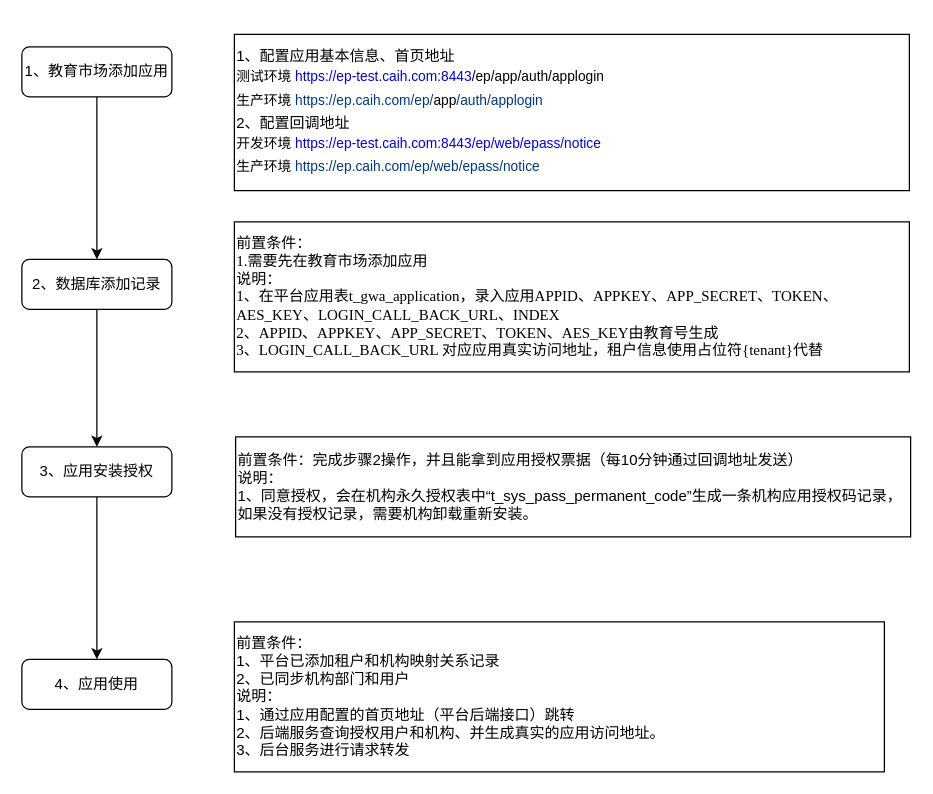
Above: 应用间跳转.drawio in liangdengming/diagrams (draw.io), before the change. Source tidied: cells renumbered, new cells numbered last; positions are measured from the earlier drawing's top-left corner, leaving out a move shared by most shapes. Both pictures are drawn from the tidied source at 125%, with x=0, y=0 at pixel (21, 34).
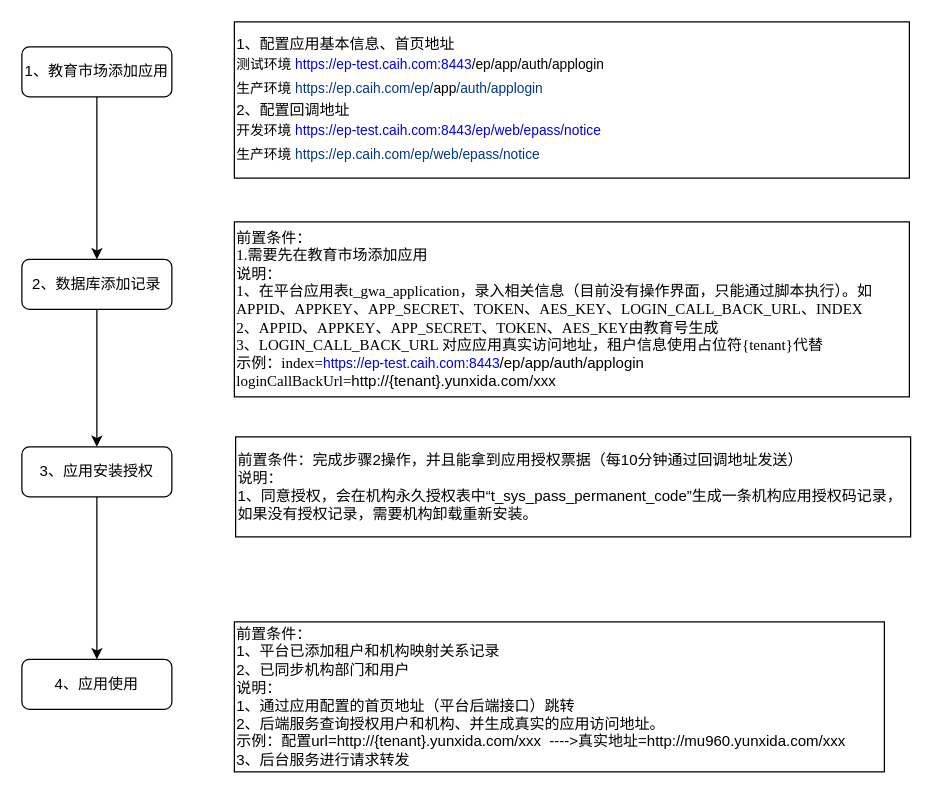
Above is the later version.

Commit message (it also covers changes not shown here):
更新应用间跳转.drawio

The edit, as a diff of the source:
```diff
@@
 <mxGraphModel>
   <root>
     <mxCell id="0" />
     <mxCell id="1" parent="0" />
     <mxCell id="2" style="edgeStyle=orthogonalEdgeStyle;rounded=0;jettySize=auto;html=1;" parent="1" edge="1" source="3" target="5">
       <mxGeometry relative="1" as="geometry" />
     </mxCell>
     <mxCell id="3" value="1、教育市场添加应用" style="rounded=1;whiteSpace=wrap;html=1;fontSize=12;glass=0;strokeWidth=1;shadow=0;" parent="1" vertex="1">
       <mxGeometry y="10" width="120" height="40" as="geometry" />
     </mxCell>
     <mxCell id="4" style="edgeStyle=orthogonalEdgeStyle;rounded=0;jettySize=auto;html=1;entryX=0.5;entryY=0;entryDx=0;entryDy=0;" parent="1" edge="1" source="5" target="7">
       <mxGeometry relative="1" as="geometry" />
     </mxCell>
     <mxCell id="5" value="2、数据库添加记录" style="rounded=1;whiteSpace=wrap;html=1;fontSize=12;glass=0;strokeWidth=1;shadow=0;" parent="1" vertex="1">
       <mxGeometry y="180" width="120" height="40" as="geometry" />
     </mxCell>
     <mxCell id="6" style="edgeStyle=orthogonalEdgeStyle;rounded=0;jettySize=auto;html=1;" parent="1" edge="1" source="7" target="8">
       <mxGeometry relative="1" as="geometry" />
     </mxCell>
     <mxCell id="7" value="3、应用安装授权" style="rounded=1;whiteSpace=wrap;html=1;fontSize=12;glass=0;strokeWidth=1;shadow=0;" parent="1" vertex="1">
       <mxGeometry y="330" width="120" height="40" as="geometry" />
     </mxCell>
     <mxCell id="8" value="4、应用使用" style="rounded=1;whiteSpace=wrap;html=1;fontSize=12;glass=0;strokeWidth=1;shadow=0;" parent="1" vertex="1">
       <mxGeometry y="500" width="120" height="40" as="geometry" />
     </mxCell>
     <mxCell id="9" value="1、配置应用基本信息、首页地址&lt;br&gt;&lt;article style=&quot;font-size: 11px;&quot; data-content=&quot;[{&amp;quot;type&amp;quot;:&amp;quot;block&amp;quot;,&amp;quot;id&amp;quot;:&amp;quot;2Ufp-1679367261097&amp;quot;,&amp;quot;name&amp;quot;:&amp;quot;paragraph&amp;quot;,&amp;quot;data&amp;quot;:{&amp;quot;version&amp;quot;:1},&amp;quot;nodes&amp;quot;:[{&amp;quot;type&amp;quot;:&amp;quot;text&amp;quot;,&amp;quot;id&amp;quot;:&amp;quot;61CM-1679367261098&amp;quot;,&amp;quot;leaves&amp;quot;:[{&amp;quot;text&amp;quot;:&amp;quot;//1-开发环境&amp;nbsp;&amp;quot;,&amp;quot;marks&amp;quot;:[]}]},{&amp;quot;type&amp;quot;:&amp;quot;inline&amp;quot;,&amp;quot;id&amp;quot;:&amp;quot;v21H-1679367261108&amp;quot;,&amp;quot;name&amp;quot;:&amp;quot;link&amp;quot;,&amp;quot;data&amp;quot;:{&amp;quot;href&amp;quot;:&amp;quot;https://ep-test.caih.com:8443/ep/app/applogin&amp;quot;},&amp;quot;nodes&amp;quot;:[{&amp;quot;type&amp;quot;:&amp;quot;text&amp;quot;,&amp;quot;id&amp;quot;:&amp;quot;mA8g-1679367261107&amp;quot;,&amp;quot;leaves&amp;quot;:[{&amp;quot;text&amp;quot;:&amp;quot;https://ep-test.caih.com:8443&amp;quot;,&amp;quot;marks&amp;quot;:[]}]}]},{&amp;quot;type&amp;quot;:&amp;quot;text&amp;quot;,&amp;quot;id&amp;quot;:&amp;quot;5p2v-1679367261109&amp;quot;,&amp;quot;leaves&amp;quot;:[{&amp;quot;text&amp;quot;:&amp;quot;/ep/app/auth/applogin&amp;quot;,&amp;quot;marks&amp;quot;:[]}]}],&amp;quot;state&amp;quot;:{}},{&amp;quot;type&amp;quot;:&amp;quot;block&amp;quot;,&amp;quot;id&amp;quot;:&amp;quot;1j2B-1679367261101&amp;quot;,&amp;quot;name&amp;quot;:&amp;quot;paragraph&amp;quot;,&amp;quot;data&amp;quot;:{&amp;quot;version&amp;quot;:1},&amp;quot;nodes&amp;quot;:[{&amp;quot;type&amp;quot;:&amp;quot;text&amp;quot;,&amp;quot;id&amp;quot;:&amp;quot;AqFT-1679367261102&amp;quot;,&amp;quot;leaves&amp;quot;:[{&amp;quot;text&amp;quot;:&amp;quot;//2-生产环境&amp;nbsp;&amp;quot;,&amp;quot;marks&amp;quot;:[]}]},{&amp;quot;type&amp;quot;:&amp;quot;inline&amp;quot;,&amp;quot;id&amp;quot;:&amp;quot;TZOr-1679367261112&amp;quot;,&amp;quot;name&amp;quot;:&amp;quot;link&amp;quot;,&amp;quot;data&amp;quot;:{&amp;quot;href&amp;quot;:&amp;quot;https://ep.caih.com//ep/app/applogin&amp;quot;},&amp;quot;nodes&amp;quot;:[{&amp;quot;type&amp;quot;:&amp;quot;text&amp;quot;,&amp;quot;id&amp;quot;:&amp;quot;o71M-1679367261111&amp;quot;,&amp;quot;leaves&amp;quot;:[{&amp;quot;text&amp;quot;:&amp;quot;https://ep.caih.com//ep/&amp;quot;,&amp;quot;marks&amp;quot;:[]}]}]},{&amp;quot;type&amp;quot;:&amp;quot;text&amp;quot;,&amp;quot;id&amp;quot;:&amp;quot;UZRS-1679367375498&amp;quot;,&amp;quot;leaves&amp;quot;:[{&amp;quot;text&amp;quot;:&amp;quot;app&amp;quot;,&amp;quot;marks&amp;quot;:[]}]},{&amp;quot;type&amp;quot;:&amp;quot;inline&amp;quot;,&amp;quot;id&amp;quot;:&amp;quot;cj1z-1679367375507&amp;quot;,&amp;quot;name&amp;quot;:&amp;quot;link&amp;quot;,&amp;quot;data&amp;quot;:{&amp;quot;href&amp;quot;:&amp;quot;https://ep-test.caih.com:8443/ep/app/applogin&amp;quot;},&amp;quot;nodes&amp;quot;:[{&amp;quot;type&amp;quot;:&amp;quot;text&amp;quot;,&amp;quot;id&amp;quot;:&amp;quot;zekt-1679367375508&amp;quot;,&amp;quot;leaves&amp;quot;:[{&amp;quot;text&amp;quot;:&amp;quot;/auth/applogin&amp;quot;,&amp;quot;marks&amp;quot;:[]}]}]},{&amp;quot;type&amp;quot;:&amp;quot;text&amp;quot;,&amp;quot;id&amp;quot;:&amp;quot;yVtv-1679367375509&amp;quot;,&amp;quot;leaves&amp;quot;:[{&amp;quot;text&amp;quot;:&amp;quot;&amp;quot;,&amp;quot;marks&amp;quot;:[]}]}],&amp;quot;state&amp;quot;:{}}]&quot;&gt;&lt;div style=&quot;line-height: 1.75; font-size: 11px;&quot;&gt;&lt;span style=&quot;&quot;&gt; &lt;/span&gt;测试环境 &lt;a style=&quot;text-decoration-line: none; font-size: 11px;&quot; href=&quot;https://ep-test.caih.com:8443/ep/app/applogin&quot;&gt;https://ep-test.caih.com:8443&lt;/a&gt;/ep/app/auth/applogin&lt;/div&gt;&lt;div style=&quot;line-height: 1.75; font-size: 11px;&quot;&gt;&lt;span style=&quot;&quot;&gt; &lt;/span&gt;生产环境 &lt;a style=&quot;text-decoration-line: none; font-size: 11px;&quot; href=&quot;https://ep.caih.com//ep/app/applogin&quot;&gt;&lt;span style=&quot;color: rgb(0, 56, 132); font-size: 11px;&quot;&gt;https://ep.caih.com/ep/&lt;/span&gt;&lt;/a&gt;app&lt;a style=&quot;text-decoration-line: none; font-size: 11px;&quot; href=&quot;https://ep-test.caih.com:8443/ep/app/applogin&quot;&gt;&lt;span style=&quot;color: rgb(0, 56, 132); font-size: 11px;&quot;&gt;/auth/applogin&lt;/span&gt;&lt;/a&gt;&lt;/div&gt;&lt;/article&gt;2、配置回调地址&lt;br&gt;&lt;div style=&quot;border-color: var(--border-color); font-size: 11px; line-height: 1.75;&quot;&gt;开发环境&amp;nbsp;&lt;a style=&quot;border-color: var(--border-color); text-decoration-line: none;&quot; href=&quot;https://ep-test.caih.com:8443/ep/app/applogin&quot;&gt;https://ep-test.caih.com:8443/ep/web/epass/notice&lt;/a&gt;&lt;/div&gt;&lt;div style=&quot;border-color: var(--border-color); font-size: 11px; line-height: 1.75;&quot;&gt; 生产环境&amp;nbsp;&lt;a style=&quot;border-color: var(--border-color); text-decoration-line: none;&quot; href=&quot;https://ep.caih.com//ep/app/applogin&quot;&gt;&lt;span style=&quot;border-color: var(--border-color); color: rgb(0, 56, 132);&quot;&gt;https://ep.caih.com/ep/web/epass/notice&lt;/span&gt;&lt;/a&gt;&lt;/div&gt;" style="whiteSpace=wrap;html=1;align=left;newEdgeStyle={&quot;edgeStyle&quot;:&quot;elbowEdgeStyle&quot;,&quot;startArrow&quot;:&quot;none&quot;,&quot;endArrow&quot;:&quot;none&quot;};" parent="1" vertex="1">
-      <mxGeometry x="170" width="540" height="125" as="geometry" />
+      <mxGeometry x="170" y="-10" width="540" height="125" as="geometry" />
     </mxCell>
-    <mxCell id="10" value="&lt;font face=&quot;Times New Roman&quot; style=&quot;font-size: 12px;&quot;&gt;前置条件：&lt;br&gt;1.需要先在教育市场添加应用&lt;br&gt;说明：&lt;br&gt;1、在平台应用表t_gwa_application，录入应用APPID、APPKEY、APP_SECRET、TOKEN、AES_KEY、LOGIN_CALL_BACK_URL、INDEX&lt;br&gt;2、APPID、APPKEY、APP_SECRET、TOKEN、AES_KEY由教育号生成&lt;br&gt;3、LOGIN_CALL_BACK_URL 对应应用真实访问地址，租户信息使用占位符{tenant}代替&lt;/font&gt;" style="whiteSpace=wrap;html=1;align=left;newEdgeStyle={&quot;edgeStyle&quot;:&quot;elbowEdgeStyle&quot;,&quot;startArrow&quot;:&quot;none&quot;,&quot;endArrow&quot;:&quot;none&quot;};" parent="1" vertex="1">
-      <mxGeometry x="170" y="150" width="540" height="120" as="geometry" />
+    <mxCell id="10" value="&lt;font face=&quot;Times New Roman&quot; style=&quot;font-size: 12px;&quot;&gt;前置条件：&lt;br&gt;1.需要先在教育市场添加应用&lt;br&gt;说明：&lt;br&gt;1、在平台应用表t_gwa_application，录入相关信息（目前没有操作界面，只能通过脚本执行）。如APPID、APPKEY、APP_SECRET、TOKEN、AES_KEY、LOGIN_CALL_BACK_URL、INDEX&lt;br&gt;2、APPID、APPKEY、APP_SECRET、TOKEN、AES_KEY由教育号生成&lt;br&gt;3、LOGIN_CALL_BACK_URL 对应应用真实访问地址，租户信息使用占位符{tenant}代替&lt;br&gt;示例：index=&lt;/font&gt;&lt;a style=&quot;border-color: var(--border-color); font-size: 11px; text-decoration-line: none;&quot; href=&quot;https://ep-test.caih.com:8443/ep/app/applogin&quot;&gt;https://ep-test.caih.com:8443&lt;/a&gt;/ep/app/auth/applogin&lt;font face=&quot;Times New Roman&quot; style=&quot;font-size: 12px;&quot;&gt;&lt;br&gt;loginCallBackUrl=&lt;/font&gt;http://{tenant}.yunxida.com/xxx&lt;font face=&quot;Times New Roman&quot; style=&quot;font-size: 12px;&quot;&gt;&lt;br&gt;&lt;/font&gt;" style="whiteSpace=wrap;html=1;align=left;newEdgeStyle={&quot;edgeStyle&quot;:&quot;elbowEdgeStyle&quot;,&quot;startArrow&quot;:&quot;none&quot;,&quot;endArrow&quot;:&quot;none&quot;};" parent="1" vertex="1">
+      <mxGeometry x="170" y="150" width="540" height="140" as="geometry" />
     </mxCell>
     <mxCell id="11" value="前置条件：完成步骤2操作，并且能拿到应用授权票据（每10分钟通过回调地址发送）&lt;br&gt;说明：&lt;br&gt;1、同意授权，会在机构永久授权表中“t_sys_pass_permanent_code”生成一条机构应用授权码记录，&lt;br&gt;如果没有授权记录，需要机构卸载重新安装。" style="whiteSpace=wrap;html=1;align=left;newEdgeStyle={&quot;edgeStyle&quot;:&quot;elbowEdgeStyle&quot;,&quot;startArrow&quot;:&quot;none&quot;,&quot;endArrow&quot;:&quot;none&quot;};" parent="1" vertex="1">
       <mxGeometry x="171" y="322" width="540" height="80" as="geometry" />
     </mxCell>
-    <mxCell id="12" value="前置条件：&lt;br&gt;1、平台已添加租户和机构映射关系记录&lt;br&gt;2、已同步机构部门和用户&lt;br&gt;说明：&lt;br&gt;1、通过应用配置的首页地址（平台后端接口）跳转&lt;br&gt;2、后端服务查询授权用户和机构、并生成真实的应用访问地址。&lt;br&gt;3、后台服务进行请求转发" style="whiteSpace=wrap;html=1;align=left;newEdgeStyle={&quot;edgeStyle&quot;:&quot;elbowEdgeStyle&quot;,&quot;startArrow&quot;:&quot;none&quot;,&quot;endArrow&quot;:&quot;none&quot;};" parent="1" vertex="1">
+    <mxCell id="12" value="前置条件：&lt;br&gt;1、平台已添加租户和机构映射关系记录&lt;br&gt;2、已同步机构部门和用户&lt;br&gt;说明：&lt;br&gt;1、通过应用配置的首页地址（平台后端接口）跳转&lt;br&gt;2、后端服务查询授权用户和机构、并生成真实的应用访问地址。&lt;br&gt;示例：配置url=http://{tenant}.yunxida.com/xxx&amp;nbsp; ----&amp;gt;真实地址=http://mu960.yunxida.com/xxx&lt;br&gt;3、后台服务进行请求转发" style="whiteSpace=wrap;html=1;align=left;newEdgeStyle={&quot;edgeStyle&quot;:&quot;elbowEdgeStyle&quot;,&quot;startArrow&quot;:&quot;none&quot;,&quot;endArrow&quot;:&quot;none&quot;};" parent="1" vertex="1">
       <mxGeometry x="170" y="470" width="520" height="120" as="geometry" />
     </mxCell>
   </root>
 </mxGraphModel>
```
